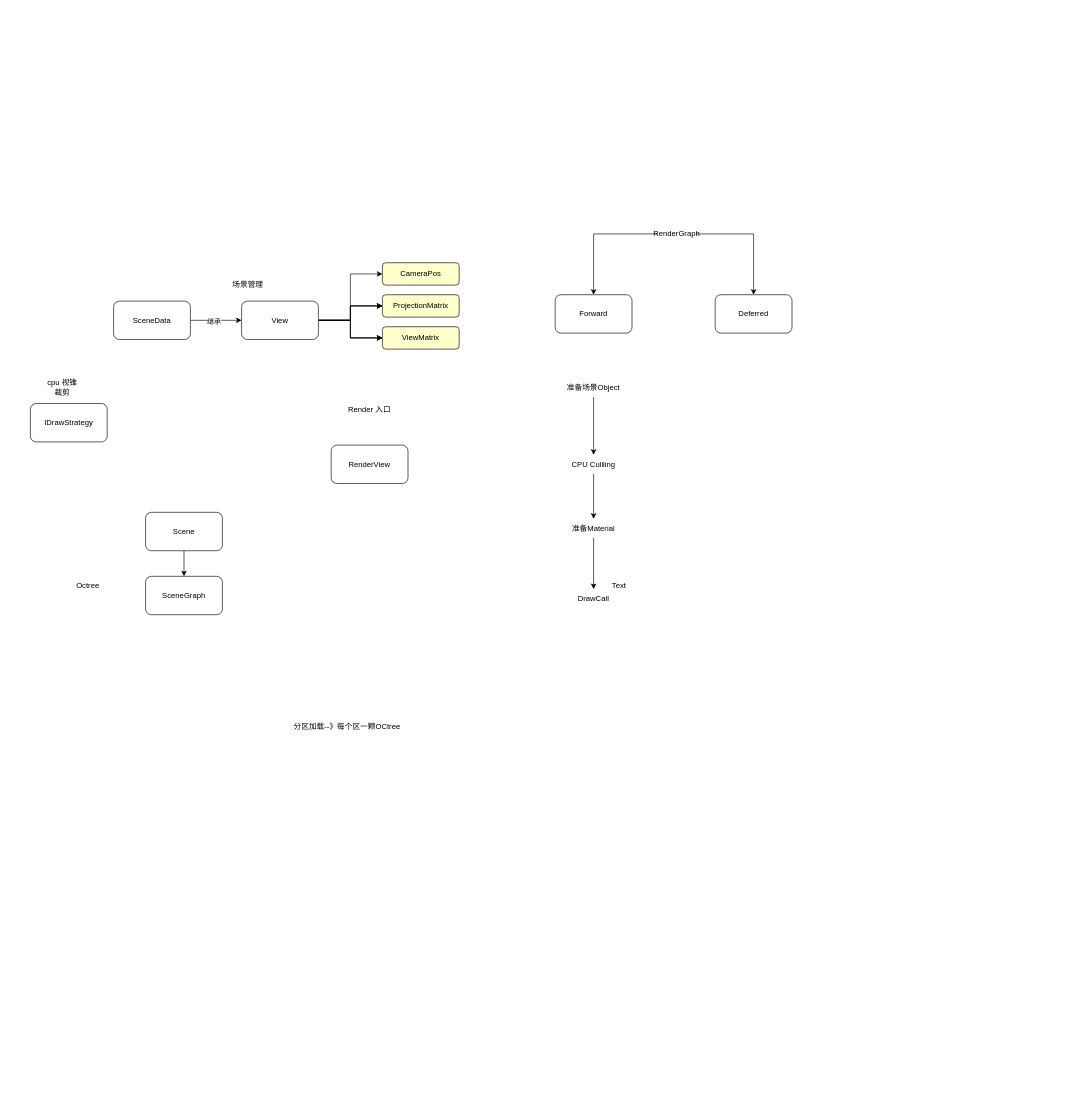
Above: BlackPearl架构图.drawio in DXT00/BlackPearl-Rendering-Engine (draw.io), before the change. Source tidied: cells renumbered, new cells numbered last; positions are measured from the earlier drawing's top-left corner, leaving out a move shared by most shapes. Both pictures are drawn from the tidied source at 64%, with x=0, y=0 at pixel (30, 224).
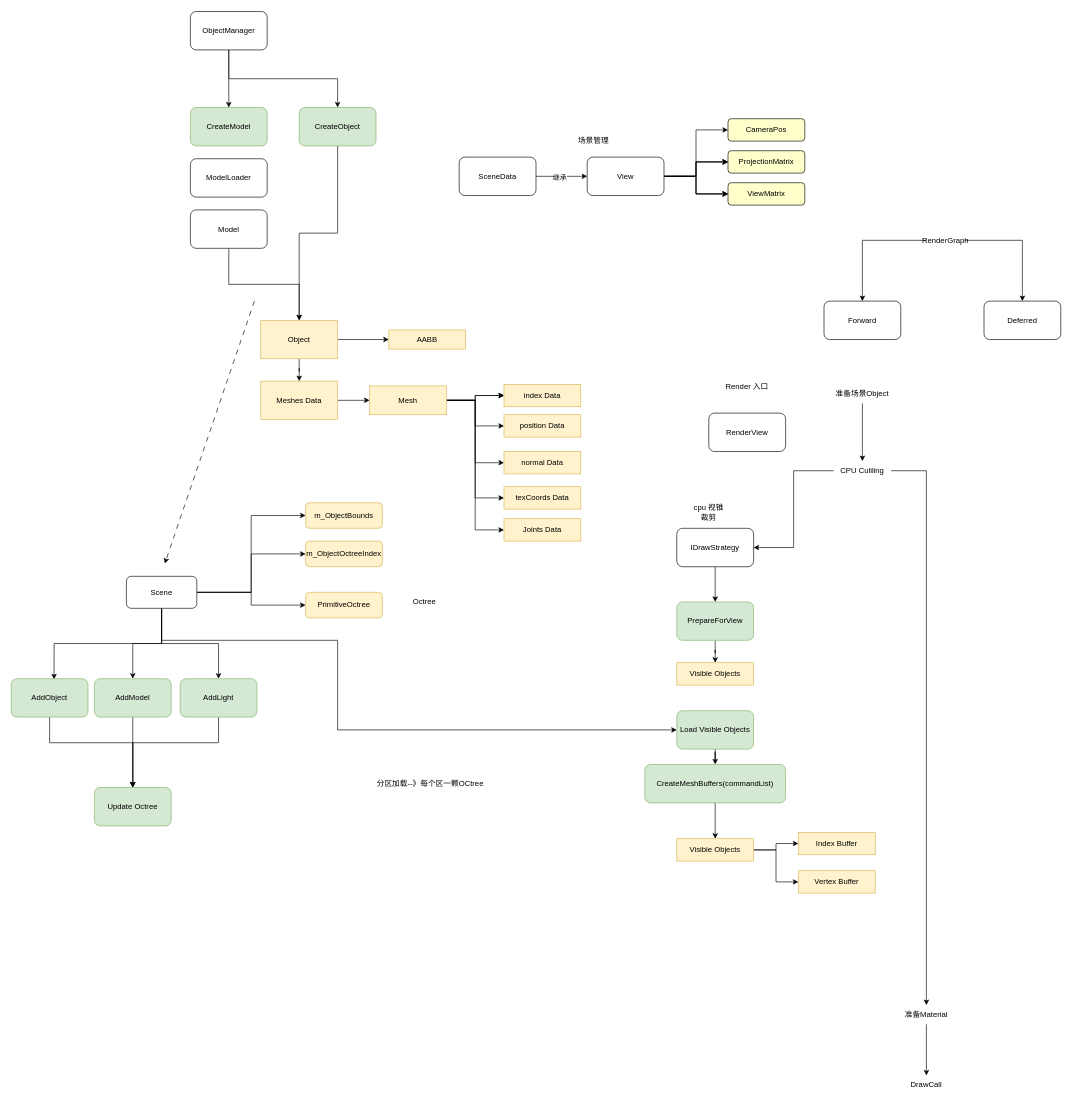
After the change.

What changed in the source:
```diff
@@
     <mxCell id="4" value="SceneData" style="rounded=1;whiteSpace=wrap;html=1;" parent="1" vertex="1">
-      <mxGeometry x="130" y="120" width="120" height="60" as="geometry" />
+      <mxGeometry x="670" y="-105" width="120" height="60" as="geometry" />
     </mxCell>
     <mxCell id="5" value="场景管理" style="text;strokeColor=none;align=center;fillColor=none;html=1;verticalAlign=middle;whiteSpace=wrap;rounded=0;" parent="1" vertex="1">
-      <mxGeometry x="310" y="80" width="60" height="30" as="geometry" />
+      <mxGeometry x="850" y="-145" width="60" height="30" as="geometry" />
     </mxCell>
@@
     <mxCell id="13" value="View" style="whiteSpace=wrap;html=1;rounded=1;" parent="1" vertex="1">
-      <mxGeometry x="330" y="120" width="120" height="60" as="geometry" />
+      <mxGeometry x="870" y="-105" width="120" height="60" as="geometry" />
     </mxCell>
+    <mxCell id="39" style="edgeStyle=orthogonalEdgeStyle;rounded=0;jettySize=auto;html=1;" parent="1" edge="1" source="14" target="86">
+      <mxGeometry relative="1" as="geometry" />
+    </mxCell>
     <mxCell id="14" value="IDrawStrategy" style="rounded=1;whiteSpace=wrap;html=1;" parent="1" vertex="1">
-      <mxGeometry y="280" width="120" height="60" as="geometry" />
+      <mxGeometry x="1010" y="475" width="120" height="60" as="geometry" />
     </mxCell>
     <mxCell id="15" value="cpu 视锥裁剪" style="text;strokeColor=none;align=center;fillColor=none;html=1;verticalAlign=middle;whiteSpace=wrap;rounded=0;" parent="1" vertex="1">
-      <mxGeometry x="20" y="240" width="60" height="30" as="geometry" />
+      <mxGeometry x="1030" y="435" width="60" height="30" as="geometry" />
     </mxCell>
     <mxCell id="16" value="RenderView" style="rounded=1;whiteSpace=wrap;html=1;" parent="1" vertex="1">
-      <mxGeometry x="470" y="345" width="120" height="60" as="geometry" />
+      <mxGeometry x="1060" y="295" width="120" height="60" as="geometry" />
     </mxCell>
     <mxCell id="17" value="Render 入口" style="text;strokeColor=none;align=center;fillColor=none;html=1;verticalAlign=middle;whiteSpace=wrap;rounded=0;" parent="1" vertex="1">
-      <mxGeometry x="495" y="275" width="70" height="30" as="geometry" />
+      <mxGeometry x="1085" y="240" width="70" height="27.5" as="geometry" />
     </mxCell>
     <mxCell id="18" value="Forward" style="rounded=1;whiteSpace=wrap;html=1;" parent="1" vertex="1">
-      <mxGeometry x="820" y="110" width="120" height="60" as="geometry" />
+      <mxGeometry x="1240" y="120" width="120" height="60" as="geometry" />
     </mxCell>
@@
     <mxCell id="21" value="RenderGraph" style="text;strokeColor=none;align=center;fillColor=none;html=1;verticalAlign=middle;whiteSpace=wrap;rounded=0;" parent="1" vertex="1">
-      <mxGeometry x="980" width="60" height="30" as="geometry" />
+      <mxGeometry x="1400" y="10" width="60" height="30" as="geometry" />
     </mxCell>
     <mxCell id="22" value="Deferred" style="rounded=1;whiteSpace=wrap;html=1;" parent="1" vertex="1">
-      <mxGeometry x="1070" y="110" width="120" height="60" as="geometry" />
+      <mxGeometry x="1490" y="120" width="120" height="60" as="geometry" />
     </mxCell>
@@
     <mxCell id="24" value="准备场景Object" style="text;strokeColor=none;align=center;fillColor=none;html=1;verticalAlign=middle;whiteSpace=wrap;rounded=0;" parent="1" vertex="1">
-      <mxGeometry x="835" y="240" width="90" height="30" as="geometry" />
+      <mxGeometry x="1255" y="250" width="90" height="30" as="geometry" />
     </mxCell>
@@
+    <mxCell id="40" style="edgeStyle=orthogonalEdgeStyle;rounded=0;jettySize=auto;html=1;entryX=1;entryY=0.5;entryDx=0;entryDy=0;" parent="1" edge="1" source="26" target="14">
+      <mxGeometry relative="1" as="geometry" />
+    </mxCell>
     <mxCell id="26" value="CPU Culiling" style="text;strokeColor=none;align=center;fillColor=none;html=1;verticalAlign=middle;whiteSpace=wrap;rounded=0;" parent="1" vertex="1">
-      <mxGeometry x="835" y="360" width="90" height="30" as="geometry" />
+      <mxGeometry x="1255" y="370" width="90" height="30" as="geometry" />
     </mxCell>
@@
     <mxCell id="28" value="准备Material" style="text;strokeColor=none;align=center;fillColor=none;html=1;verticalAlign=middle;whiteSpace=wrap;rounded=0;" parent="1" vertex="1">
-      <mxGeometry x="840" y="460" width="80" height="30" as="geometry" />
+      <mxGeometry x="1360" y="1220" width="80" height="30" as="geometry" />
     </mxCell>
     <mxCell id="29" value="DrawCall" style="text;strokeColor=none;align=center;fillColor=none;html=1;verticalAlign=middle;whiteSpace=wrap;rounded=0;" parent="1" vertex="1">
-      <mxGeometry x="840" y="570" width="80" height="30" as="geometry" />
+      <mxGeometry x="1360" y="1330" width="80" height="30" as="geometry" />
     </mxCell>
-    <mxCell id="30" style="edgeStyle=orthogonalEdgeStyle;rounded=0;jettySize=auto;html=1;" parent="1" edge="1" source="31" target="32">
+    <mxCell id="30" style="edgeStyle=orthogonalEdgeStyle;rounded=0;jettySize=auto;html=1;entryX=0.558;entryY=0.017;entryDx=0;entryDy=0;entryPerimeter=0;exitX=0.5;exitY=1;exitDx=0;exitDy=0;" parent="1" edge="1" source="31" target="54">
       <mxGeometry relative="1" as="geometry" />
     </mxCell>
+    <mxCell id="41" style="edgeStyle=orthogonalEdgeStyle;rounded=0;jettySize=auto;html=1;entryX=0;entryY=0.5;entryDx=0;entryDy=0;" parent="1" edge="1" source="31" target="50">
+      <mxGeometry relative="1" as="geometry" />
+    </mxCell>
+    <mxCell id="42" style="edgeStyle=orthogonalEdgeStyle;rounded=0;jettySize=auto;html=1;entryX=0;entryY=0.5;entryDx=0;entryDy=0;" parent="1" edge="1" source="31" target="51">
+      <mxGeometry relative="1" as="geometry" />
+    </mxCell>
+    <mxCell id="43" style="edgeStyle=orthogonalEdgeStyle;rounded=0;jettySize=auto;html=1;entryX=0;entryY=0.5;entryDx=0;entryDy=0;" parent="1" edge="1" source="31" target="52">
+      <mxGeometry relative="1" as="geometry" />
+    </mxCell>
+    <mxCell id="44" style="edgeStyle=orthogonalEdgeStyle;rounded=0;jettySize=auto;html=1;entryX=0.5;entryY=0;entryDx=0;entryDy=0;" parent="1" edge="1" source="31" target="56">
+      <mxGeometry relative="1" as="geometry" />
+    </mxCell>
+    <mxCell id="45" style="edgeStyle=orthogonalEdgeStyle;rounded=0;jettySize=auto;html=1;entryX=0.5;entryY=0;entryDx=0;entryDy=0;exitX=0.5;exitY=1;exitDx=0;exitDy=0;" parent="1" edge="1" source="31" target="58">
+      <mxGeometry relative="1" as="geometry" />
+    </mxCell>
+    <mxCell id="46" style="edgeStyle=orthogonalEdgeStyle;rounded=0;jettySize=auto;html=1;entryX=0;entryY=0.5;entryDx=0;entryDy=0;" parent="1" edge="1" source="31" target="89">
+      <mxGeometry relative="1" as="geometry">
+        <Array as="points">
+          <mxPoint x="205" y="650" />
+          <mxPoint x="480" y="650" />
+          <mxPoint x="480" y="790" />
+        </Array>
+      </mxGeometry>
+    </mxCell>
     <mxCell id="31" value="Scene" style="rounded=1;whiteSpace=wrap;html=1;" parent="1" vertex="1">
-      <mxGeometry x="180" y="450" width="120" height="60" as="geometry" />
+      <mxGeometry x="150" y="550" width="110" height="50" as="geometry" />
     </mxCell>
-    <mxCell id="32" value="SceneGraph" style="whiteSpace=wrap;html=1;rounded=1;" parent="1" vertex="1">
-      <mxGeometry x="180" y="550" width="120" height="60" as="geometry" />
-    </mxCell>
     <mxCell id="33" value="ProjectionMatrix" style="whiteSpace=wrap;html=1;rounded=1;fillColor=#FFFFCC;" parent="1" vertex="1">
-      <mxGeometry x="550" y="110" width="120" height="35" as="geometry" />
+      <mxGeometry x="1090" y="-115" width="120" height="35" as="geometry" />
     </mxCell>
     <mxCell id="34" value="ViewMatrix" style="whiteSpace=wrap;html=1;rounded=1;fillColor=#FFFFCC;" parent="1" vertex="1">
-      <mxGeometry x="550" y="160" width="120" height="35" as="geometry" />
+      <mxGeometry x="1090" y="-65" width="120" height="35" as="geometry" />
     </mxCell>
     <mxCell id="35" value="CameraPos" style="whiteSpace=wrap;html=1;rounded=1;fillColor=#FFFFCC;" parent="1" vertex="1">
-      <mxGeometry x="550" y="60" width="120" height="35" as="geometry" />
+      <mxGeometry x="1090" y="-165" width="120" height="35" as="geometry" />
     </mxCell>
     <mxCell id="36" value="Octree" style="text;html=1;align=center;verticalAlign=middle;whiteSpace=wrap;rounded=0;" parent="1" vertex="1">
-      <mxGeometry x="60" y="550" width="60" height="30" as="geometry" />
+      <mxGeometry x="586" y="575" width="60" height="30" as="geometry" />
     </mxCell>
-    <mxCell id="37" value="Text" style="text;html=1;align=center;verticalAlign=middle;whiteSpace=wrap;rounded=0;" parent="1" vertex="1">
-      <mxGeometry x="890" y="550" width="60" height="30" as="geometry" />
-    </mxCell>
     <mxCell id="38" value="分区加载--》每个区一颗OCtree" style="text;html=1;align=center;verticalAlign=middle;whiteSpace=wrap;rounded=0;" parent="1" vertex="1">
-      <mxGeometry x="300" y="770" width="390" height="30" as="geometry" />
+      <mxGeometry x="430" y="859" width="390" height="30" as="geometry" />
     </mxCell>
+    <mxCell id="47" value="ModelLoader" style="rounded=1;whiteSpace=wrap;html=1;" parent="1" vertex="1">
+      <mxGeometry x="250" y="-102.5" width="120" height="60" as="geometry" />
+    </mxCell>
+    <mxCell id="48" style="edgeStyle=orthogonalEdgeStyle;rounded=0;jettySize=auto;html=1;" parent="1" edge="1" source="49" target="70">
+      <mxGeometry relative="1" as="geometry" />
+    </mxCell>
+    <mxCell id="49" value="Model" style="rounded=1;whiteSpace=wrap;html=1;" parent="1" vertex="1">
+      <mxGeometry x="250" y="-22.5" width="120" height="60" as="geometry" />
+    </mxCell>
+    <mxCell id="50" value="m_ObjectBounds" style="whiteSpace=wrap;html=1;rounded=1;fillColor=#fff2cc;strokeColor=#d6b656;" parent="1" vertex="1">
+      <mxGeometry x="430" y="435" width="120" height="40" as="geometry" />
+    </mxCell>
+    <mxCell id="51" value="m_ObjectOctreeIndex" style="whiteSpace=wrap;html=1;rounded=1;fillColor=#fff2cc;strokeColor=#d6b656;" parent="1" vertex="1">
+      <mxGeometry x="430" y="495" width="120" height="40" as="geometry" />
+    </mxCell>
+    <mxCell id="52" value="PrimitiveOctree" style="whiteSpace=wrap;html=1;rounded=1;fillColor=#fff2cc;strokeColor=#d6b656;" parent="1" vertex="1">
+      <mxGeometry x="430" y="575" width="120" height="40" as="geometry" />
+    </mxCell>
+    <mxCell id="53" style="edgeStyle=orthogonalEdgeStyle;rounded=0;jettySize=auto;html=1;" parent="1" edge="1" source="54" target="83">
+      <mxGeometry relative="1" as="geometry">
+        <Array as="points">
+          <mxPoint x="30" y="810" />
+          <mxPoint x="160" y="810" />
+        </Array>
+      </mxGeometry>
+    </mxCell>
+    <mxCell id="54" value="AddObject" style="rounded=1;whiteSpace=wrap;html=1;fillColor=#d5e8d4;strokeColor=#82b366;" parent="1" vertex="1">
+      <mxGeometry x="-30" y="710" width="120" height="60" as="geometry" />
+    </mxCell>
+    <mxCell id="55" style="edgeStyle=orthogonalEdgeStyle;rounded=0;jettySize=auto;html=1;entryX=0.5;entryY=0;entryDx=0;entryDy=0;" parent="1" edge="1" source="56" target="83">
+      <mxGeometry relative="1" as="geometry" />
+    </mxCell>
+    <mxCell id="56" value="AddModel" style="rounded=1;whiteSpace=wrap;html=1;fillColor=#d5e8d4;strokeColor=#82b366;" parent="1" vertex="1">
+      <mxGeometry x="100" y="710" width="120" height="60" as="geometry" />
+    </mxCell>
+    <mxCell id="57" style="edgeStyle=orthogonalEdgeStyle;rounded=0;jettySize=auto;html=1;" parent="1" edge="1" source="58" target="83">
+      <mxGeometry relative="1" as="geometry">
+        <Array as="points">
+          <mxPoint x="294" y="810" />
+          <mxPoint x="160" y="810" />
+        </Array>
+      </mxGeometry>
+    </mxCell>
+    <mxCell id="58" value="AddLight" style="rounded=1;whiteSpace=wrap;html=1;fillColor=#d5e8d4;strokeColor=#82b366;" parent="1" vertex="1">
+      <mxGeometry x="234" y="710" width="120" height="60" as="geometry" />
+    </mxCell>
+    <mxCell id="59" style="edgeStyle=orthogonalEdgeStyle;rounded=0;jettySize=auto;html=1;entryX=0.5;entryY=0;entryDx=0;entryDy=0;" parent="1" edge="1" source="61" target="62">
+      <mxGeometry relative="1" as="geometry" />
+    </mxCell>
+    <mxCell id="60" style="edgeStyle=orthogonalEdgeStyle;rounded=0;jettySize=auto;html=1;entryX=0.5;entryY=0;entryDx=0;entryDy=0;exitX=0.5;exitY=1;exitDx=0;exitDy=0;" parent="1" edge="1" source="61" target="64">
+      <mxGeometry relative="1" as="geometry" />
+    </mxCell>
+    <mxCell id="61" value="ObjectManager" style="rounded=1;whiteSpace=wrap;html=1;" parent="1" vertex="1">
+      <mxGeometry x="250" y="-332.5" width="120" height="60" as="geometry" />
+    </mxCell>
+    <mxCell id="62" value="CreateModel" style="rounded=1;whiteSpace=wrap;html=1;fillColor=#d5e8d4;strokeColor=#82b366;" parent="1" vertex="1">
+      <mxGeometry x="250" y="-182.5" width="120" height="60" as="geometry" />
+    </mxCell>
+    <mxCell id="63" style="edgeStyle=orthogonalEdgeStyle;rounded=0;jettySize=auto;html=1;entryX=0.5;entryY=0;entryDx=0;entryDy=0;" parent="1" edge="1" source="64" target="70">
+      <mxGeometry relative="1" as="geometry" />
+    </mxCell>
+    <mxCell id="64" value="CreateObject" style="rounded=1;whiteSpace=wrap;html=1;fillColor=#d5e8d4;strokeColor=#82b366;" parent="1" vertex="1">
+      <mxGeometry x="420" y="-182.5" width="120" height="60" as="geometry" />
+    </mxCell>
+    <mxCell id="65" style="edgeStyle=orthogonalEdgeStyle;rounded=0;jettySize=auto;html=1;exitX=1;exitY=0.5;exitDx=0;exitDy=0;" parent="1" edge="1" source="70" target="68">
+      <mxGeometry relative="1" as="geometry" />
+    </mxCell>
+    <mxCell id="66" style="edgeStyle=orthogonalEdgeStyle;rounded=0;jettySize=auto;html=1;" parent="1" edge="1" source="67" target="77">
+      <mxGeometry relative="1" as="geometry" />
+    </mxCell>
+    <mxCell id="67" value="Meshes Data" style="rounded=0;whiteSpace=wrap;html=1;fillColor=#fff2cc;strokeColor=#d6b656;" parent="1" vertex="1">
+      <mxGeometry x="360" y="245" width="120" height="60" as="geometry" />
+    </mxCell>
+    <mxCell id="68" value="AABB" style="whiteSpace=wrap;html=1;fillColor=#fff2cc;strokeColor=#d6b656;rounded=0;" parent="1" vertex="1">
+      <mxGeometry x="560" y="165" width="120" height="30" as="geometry" />
+    </mxCell>
+    <mxCell id="69" style="edgeStyle=orthogonalEdgeStyle;rounded=0;jettySize=auto;html=1;entryX=0.5;entryY=0;entryDx=0;entryDy=0;" parent="1" edge="1" source="70" target="67">
+      <mxGeometry relative="1" as="geometry" />
+    </mxCell>
+    <mxCell id="70" value="Object" style="rounded=0;whiteSpace=wrap;html=1;fillColor=#fff2cc;strokeColor=#d6b656;" parent="1" vertex="1">
+      <mxGeometry x="360" y="150" width="120" height="60" as="geometry" />
+    </mxCell>
+    <mxCell id="71" style="edgeStyle=orthogonalEdgeStyle;rounded=0;jettySize=auto;html=1;" parent="1" edge="1" source="77" target="78">
+      <mxGeometry relative="1" as="geometry" />
+    </mxCell>
+    <mxCell id="72" style="edgeStyle=orthogonalEdgeStyle;rounded=0;jettySize=auto;html=1;" parent="1" edge="1" source="77" target="78">
+      <mxGeometry relative="1" as="geometry" />
+    </mxCell>
+    <mxCell id="73" style="edgeStyle=orthogonalEdgeStyle;rounded=0;jettySize=auto;html=1;entryX=0;entryY=0.5;entryDx=0;entryDy=0;" parent="1" edge="1" source="77" target="79">
+      <mxGeometry relative="1" as="geometry" />
+    </mxCell>
+    <mxCell id="74" style="edgeStyle=orthogonalEdgeStyle;rounded=0;jettySize=auto;html=1;entryX=0;entryY=0.5;entryDx=0;entryDy=0;exitX=1;exitY=0.5;exitDx=0;exitDy=0;" parent="1" edge="1" source="77" target="80">
+      <mxGeometry relative="1" as="geometry" />
+    </mxCell>
+    <mxCell id="75" style="edgeStyle=orthogonalEdgeStyle;rounded=0;jettySize=auto;html=1;entryX=0;entryY=0.5;entryDx=0;entryDy=0;" parent="1" edge="1" source="77" target="81">
+      <mxGeometry relative="1" as="geometry" />
+    </mxCell>
+    <mxCell id="76" style="edgeStyle=orthogonalEdgeStyle;rounded=0;jettySize=auto;html=1;entryX=0;entryY=0.5;entryDx=0;entryDy=0;" parent="1" edge="1" source="77" target="82">
+      <mxGeometry relative="1" as="geometry" />
+    </mxCell>
+    <mxCell id="77" value="Mesh" style="whiteSpace=wrap;html=1;fillColor=#fff2cc;strokeColor=#d6b656;rounded=0;" parent="1" vertex="1">
+      <mxGeometry x="530" y="252.5" width="120" height="45" as="geometry" />
+    </mxCell>
+    <mxCell id="78" value="index Data" style="whiteSpace=wrap;html=1;fillColor=#fff2cc;strokeColor=#d6b656;rounded=0;" parent="1" vertex="1">
+      <mxGeometry x="740" y="250" width="120" height="35" as="geometry" />
+    </mxCell>
+    <mxCell id="79" value="position Data" style="whiteSpace=wrap;html=1;fillColor=#fff2cc;strokeColor=#d6b656;rounded=0;" parent="1" vertex="1">
+      <mxGeometry x="740" y="297.5" width="120" height="35" as="geometry" />
+    </mxCell>
+    <mxCell id="80" value="normal&amp;nbsp;Data" style="whiteSpace=wrap;html=1;fillColor=#fff2cc;strokeColor=#d6b656;rounded=0;" parent="1" vertex="1">
+      <mxGeometry x="740" y="355" width="120" height="35" as="geometry" />
+    </mxCell>
+    <mxCell id="81" value="texCoords&amp;nbsp;Data" style="whiteSpace=wrap;html=1;fillColor=#fff2cc;strokeColor=#d6b656;rounded=0;" parent="1" vertex="1">
+      <mxGeometry x="740" y="410" width="120" height="35" as="geometry" />
+    </mxCell>
+    <mxCell id="82" value="Joints&amp;nbsp;Data" style="whiteSpace=wrap;html=1;fillColor=#fff2cc;strokeColor=#d6b656;rounded=0;" parent="1" vertex="1">
+      <mxGeometry x="740" y="460" width="120" height="35" as="geometry" />
+    </mxCell>
+    <mxCell id="83" value="Update Octree" style="rounded=1;whiteSpace=wrap;html=1;fillColor=#d5e8d4;strokeColor=#82b366;" parent="1" vertex="1">
+      <mxGeometry x="100" y="880" width="120" height="60" as="geometry" />
+    </mxCell>
+    <mxCell id="84" style="endArrow=classic;html=1;rounded=0;dashed=1;dashPattern=8 8;" parent="1" edge="1">
+      <mxGeometry relative="1" as="geometry">
+        <mxPoint x="350" y="120" as="sourcePoint" />
+        <mxPoint x="210" y="530" as="targetPoint" />
+      </mxGeometry>
+    </mxCell>
+    <mxCell id="85" style="edgeStyle=orthogonalEdgeStyle;rounded=0;jettySize=auto;html=1;entryX=0.5;entryY=0;entryDx=0;entryDy=0;" parent="1" edge="1" source="86" target="87">
+      <mxGeometry relative="1" as="geometry" />
+    </mxCell>
+    <mxCell id="86" value="PrepareForView" style="whiteSpace=wrap;html=1;rounded=1;fillColor=#d5e8d4;strokeColor=#82b366;" parent="1" vertex="1">
+      <mxGeometry x="1010" y="590" width="120" height="60" as="geometry" />
+    </mxCell>
+    <mxCell id="87" value="Visible Objects" style="whiteSpace=wrap;html=1;fillColor=#fff2cc;strokeColor=#d6b656;rounded=0;" parent="1" vertex="1">
+      <mxGeometry x="1010" y="685" width="120" height="35" as="geometry" />
+    </mxCell>
+    <mxCell id="88" style="edgeStyle=orthogonalEdgeStyle;rounded=0;jettySize=auto;html=1;entryX=0.5;entryY=0;entryDx=0;entryDy=0;" parent="1" edge="1" source="89" target="94">
+      <mxGeometry relative="1" as="geometry" />
+    </mxCell>
+    <mxCell id="89" value="Load Visible Objects" style="whiteSpace=wrap;html=1;rounded=1;fillColor=#d5e8d4;strokeColor=#82b366;" parent="1" vertex="1">
+      <mxGeometry x="1010" y="760" width="120" height="60" as="geometry" />
+    </mxCell>
+    <mxCell id="90" style="edgeStyle=orthogonalEdgeStyle;rounded=0;jettySize=auto;html=1;" parent="1" edge="1" source="92" target="95">
+      <mxGeometry relative="1" as="geometry" />
+    </mxCell>
+    <mxCell id="91" style="edgeStyle=orthogonalEdgeStyle;rounded=0;jettySize=auto;html=1;entryX=0;entryY=0.5;entryDx=0;entryDy=0;" parent="1" edge="1" source="92" target="96">
+      <mxGeometry relative="1" as="geometry" />
+    </mxCell>
+    <mxCell id="92" value="Visible Objects" style="whiteSpace=wrap;html=1;fillColor=#fff2cc;strokeColor=#d6b656;rounded=0;" parent="1" vertex="1">
+      <mxGeometry x="1010" y="960" width="120" height="35" as="geometry" />
+    </mxCell>
+    <mxCell id="93" style="edgeStyle=orthogonalEdgeStyle;rounded=0;jettySize=auto;html=1;entryX=0.5;entryY=0;entryDx=0;entryDy=0;" parent="1" edge="1" source="94" target="92">
+      <mxGeometry relative="1" as="geometry" />
+    </mxCell>
+    <mxCell id="94" value="CreateMeshBuffers(commandList)" style="whiteSpace=wrap;html=1;rounded=1;fillColor=#d5e8d4;strokeColor=#82b366;" parent="1" vertex="1">
+      <mxGeometry x="960" y="844" width="220" height="60" as="geometry" />
+    </mxCell>
+    <mxCell id="95" value="Index Buffer" style="whiteSpace=wrap;html=1;fillColor=#fff2cc;strokeColor=#d6b656;rounded=0;" parent="1" vertex="1">
+      <mxGeometry x="1200" y="950" width="120" height="35" as="geometry" />
+    </mxCell>
+    <mxCell id="96" value="Vertex Buffer" style="whiteSpace=wrap;html=1;fillColor=#fff2cc;strokeColor=#d6b656;rounded=0;" parent="1" vertex="1">
+      <mxGeometry x="1200" y="1010" width="120" height="35" as="geometry" />
+    </mxCell>
```
